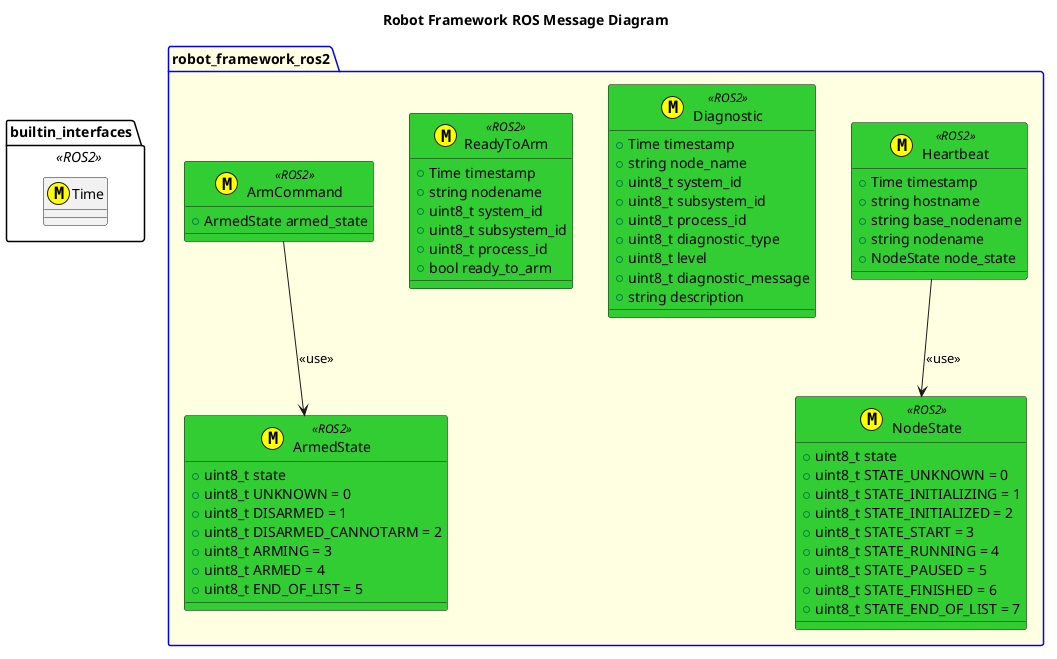
Before: msg/puml/RobotFrameworkROS2MessageDiagram.png, a diagram exported from PlantUML (fastrobotics/robot_framework_ros2).
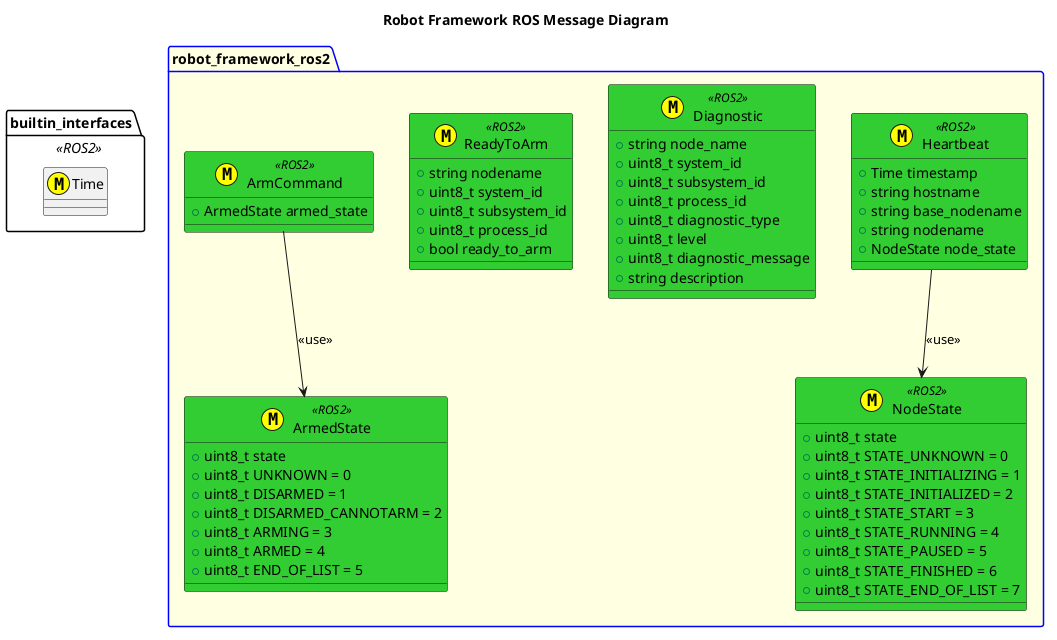
The same file after the commit.

The edit, as a diff of the source:
```diff
@@ -33,7 +33,6 @@
     }
     Heartbeat --> NodeState: <<use>>
     class Diagnostic <<(M,#FFFF00)>> <<ROS2>> #LimeGreen {
-        +Time timestamp
         +string node_name
         +uint8_t system_id
         +uint8_t subsystem_id
@@ -45,7 +44,6 @@
 
     }
     class ReadyToArm <<(M,#FFFF00)>> <<ROS2>> #LimeGreen {
-        +Time timestamp
         +string nodename
         +uint8_t system_id
         +uint8_t subsystem_id
```
